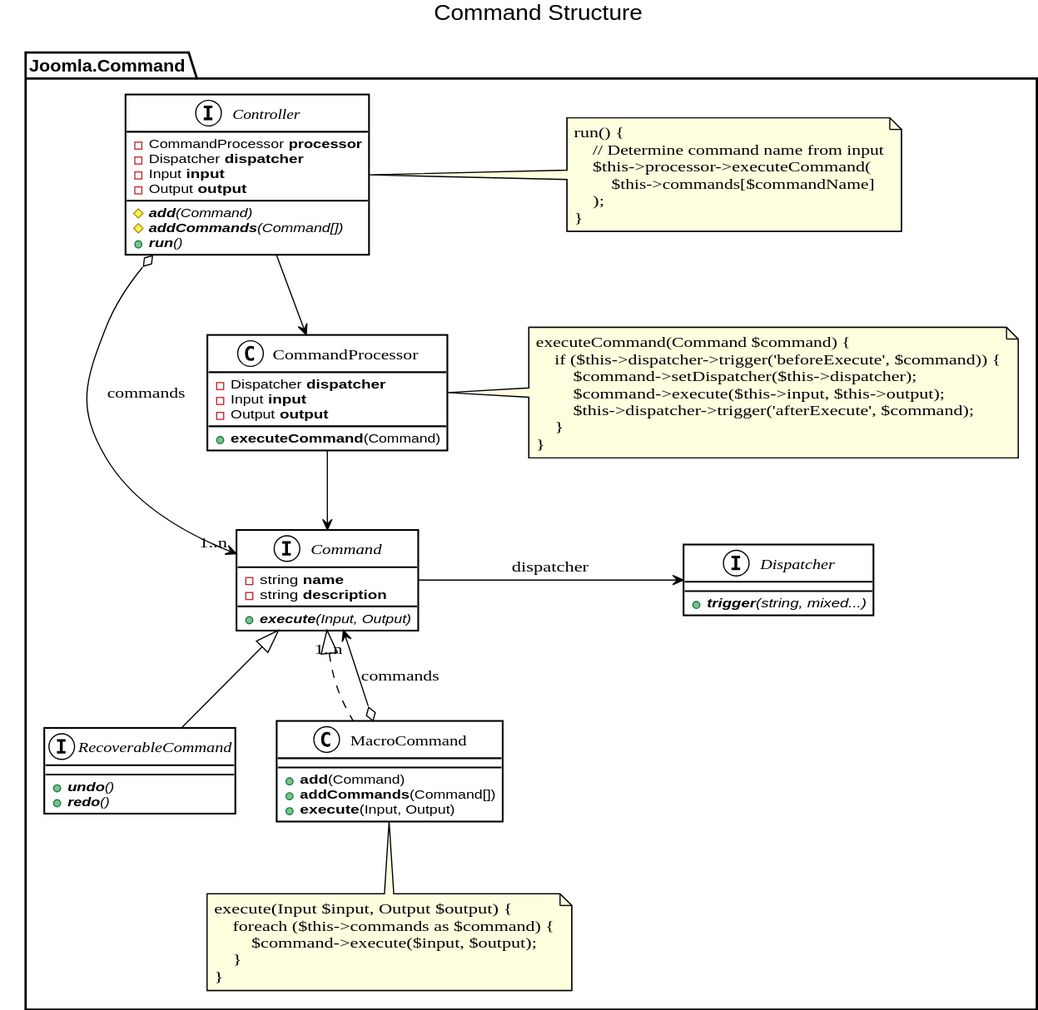
nibralab/joomla-architecture keeps this PlantUML diagram as svg/class-command.svg. Above is the earlier version. Its source is kept beside it as src/class-command.puml.
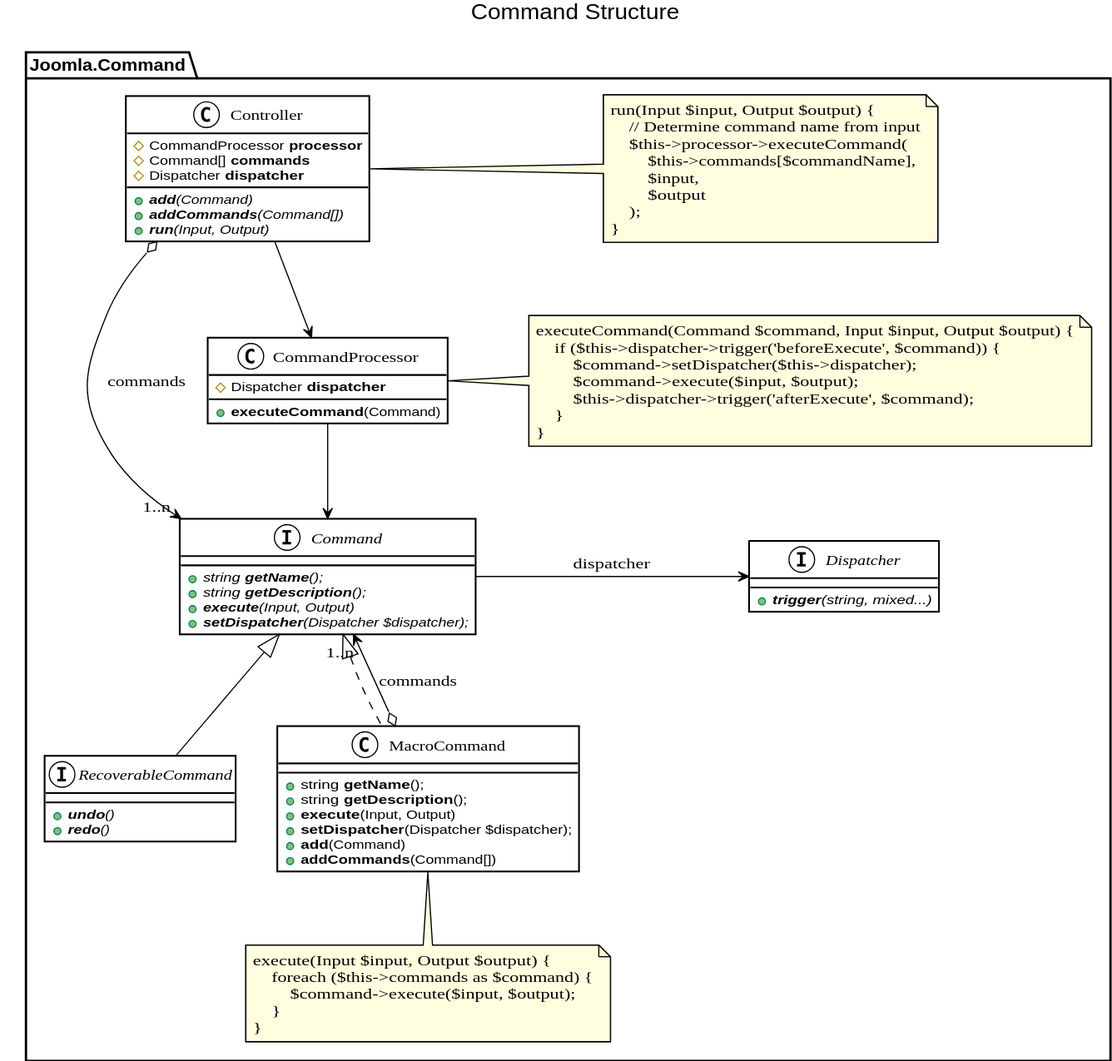
After the commit.

Change to the diagram source:
```diff
@@ -3,20 +3,21 @@
 
 title Command Structure
 namespace Joomla.Command {
-    interface Controller {
-        -CommandProcessor <b>processor</b>
-        -Dispatcher <b>dispatcher</b>
-        -Input <b>input</b>
-        -Output <b>output</b>
-        #{abstract} <b>add</b>(Command)
-        #{abstract} <b>addCommands</b>(Command[])
-        +{abstract} <b>run</b>()
+    class Controller {
+        #CommandProcessor <b>processor</b>
+        #Command[] <b>commands</b>
+        #Dispatcher <b>dispatcher</b>
+        +{abstract} <b>add</b>(Command)
+        +{abstract} <b>addCommands</b>(Command[])
+        +{abstract} <b>run</b>(Input, Output)
     }
     note as ControllerNote
-        run() {
+        run(Input $input, Output $output) {
             // Determine command name from input
             $this->processor->executeCommand(
-                $this->commands[$commandName]
+                $this->commands[$commandName],
+                $input,
+                $output
             );
         }
     end note
@@ -24,9 +25,10 @@
     Controller .right. ControllerNote
 
     interface Command {
-        -string <b>name</b>
-        -string <b>description</b>
+        +{abstract} string <b>getName</b>();
+        +{abstract} string <b>getDescription</b>();
         +{abstract} <b>execute</b>(Input, Output)
+        +{abstract} <b>setDispatcher</b>(Dispatcher $dispatcher);
     }
 
     interface RecoverableCommand extends Command {
@@ -40,9 +42,12 @@
     Command -right-> Dispatcher: dispatcher
 
     class MacroCommand {
+        +string <b>getName</b>();
+        +string <b>getDescription</b>();
+        +<b>execute</b>(Input, Output)
+        +<b>setDispatcher</b>(Dispatcher $dispatcher);
         +<b>add</b>(Command)
         +<b>addCommands</b>(Command[])
-        +<b>execute</b>(Input, Output)
     }
 
     class MacroCommand implements Command
@@ -57,17 +62,15 @@
 
     Controller --> CommandProcessor
     class CommandProcessor {
-        -Dispatcher <b>dispatcher</b>
-        -Input <b>input</b>
-        -Output <b>output</b>
+        #Dispatcher <b>dispatcher</b>
         +<b>executeCommand</b>(Command)
     }
     CommandProcessor --> Command
     note as CommandProcessorNote
-        executeCommand(Command $command) {
+        executeCommand(Command $command, Input $input, Output $output) {
             if ($this->dispatcher->trigger('beforeExecute', $command)) {
                 $command->setDispatcher($this->dispatcher);
-                $command->execute($this->input, $this->output);
+                $command->execute($input, $output);
                 $this->dispatcher->trigger('afterExecute', $command);
             }
         }
```
